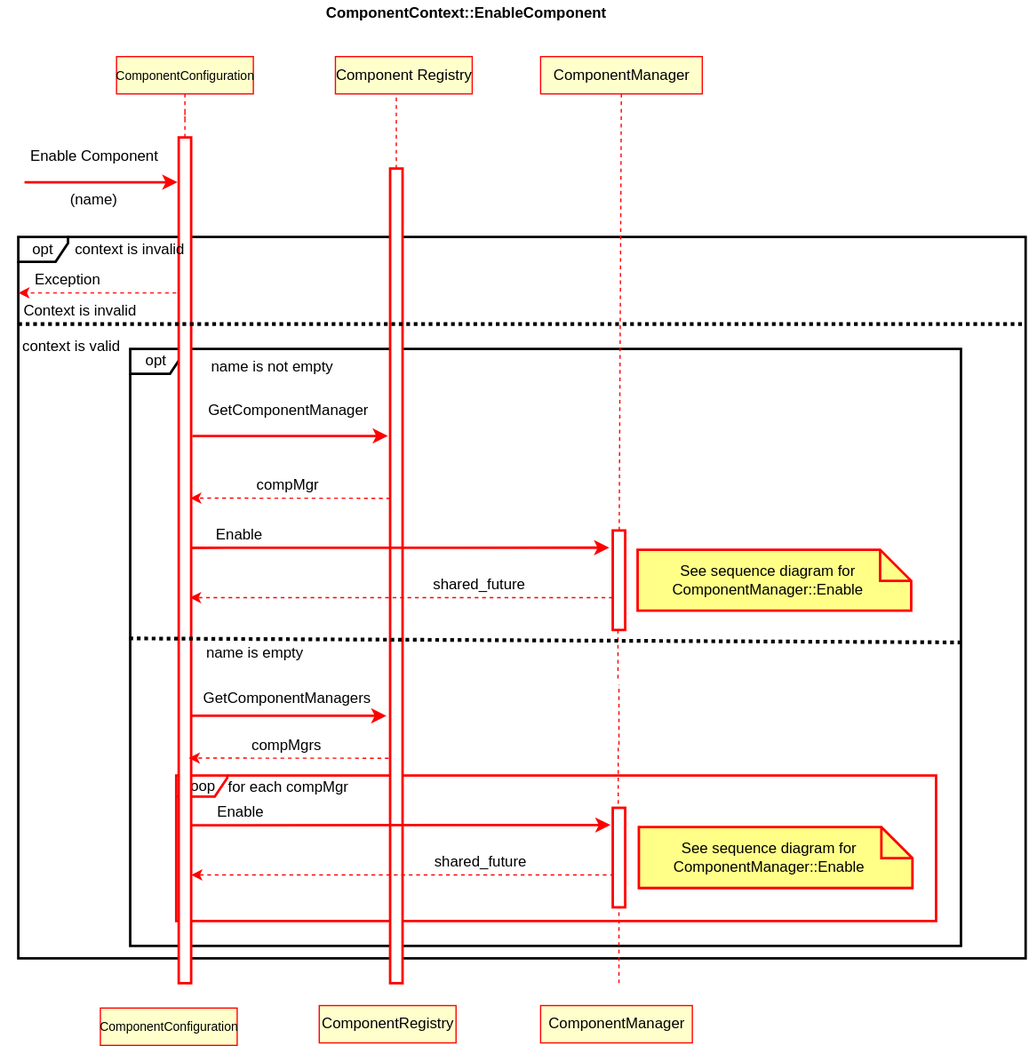
Earlier version of the draw.io export text/0003-declarative-services/ComponentContextEnableComponent.svg (CppMicroServices/rfcs). Source tidied: cells renumbered, new cells last; positions are measured from the earlier drawing's top-left corner, leaving out a move shared by most shapes.
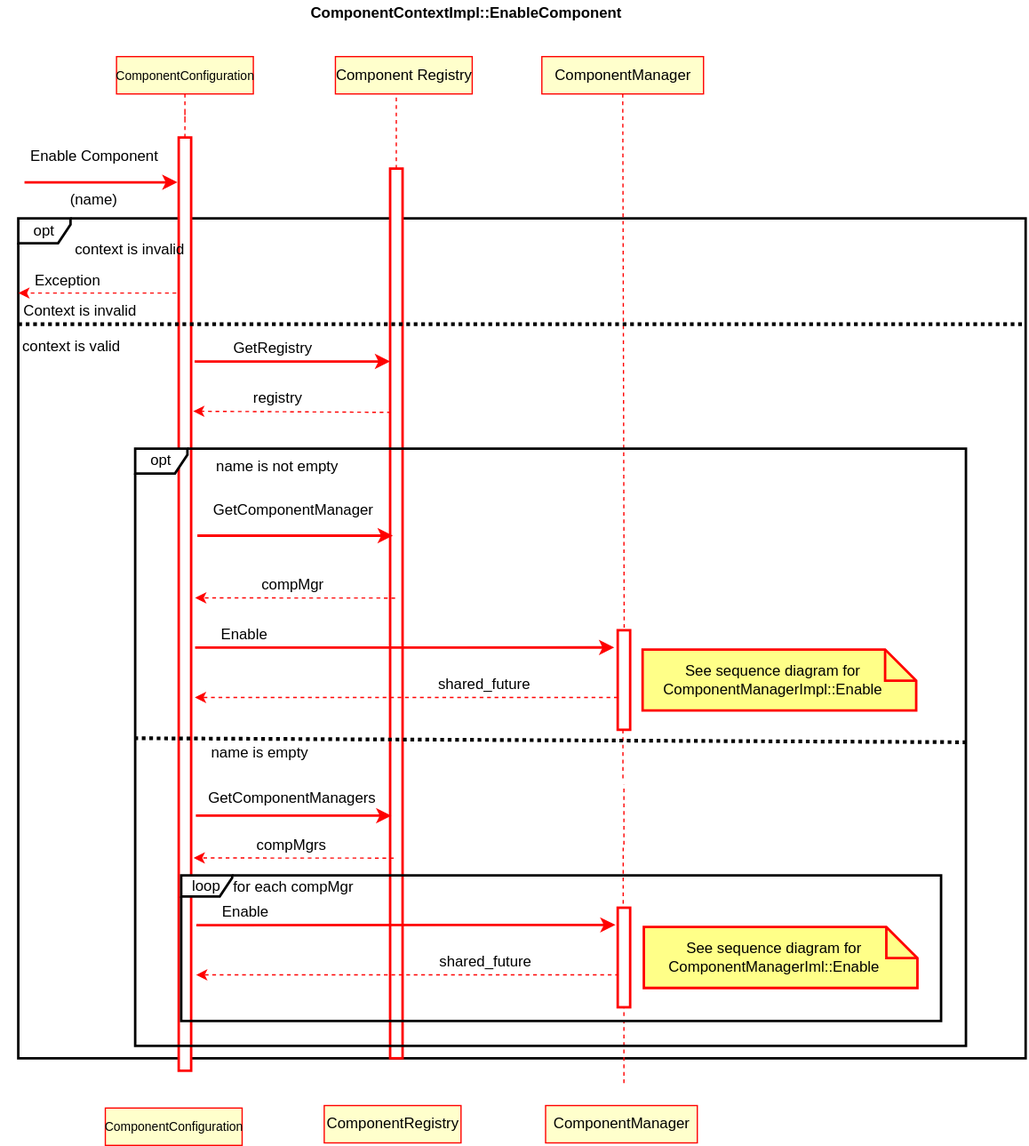
Later version of the same file.

What changed in the source:
```diff
@@ -2,29 +2,23 @@
   <root>
     <mxCell id="0" />
     <mxCell id="1" parent="0" />
-    <mxCell id="2" value="loop" style="shape=umlFrame;whiteSpace=wrap;html=1;strokeColor=#FF0000;strokeWidth=2;width=41;height=17;" parent="1" vertex="1">
-      <mxGeometry x="141" y="623" width="611" height="117" as="geometry" />
-    </mxCell>
-    <mxCell id="3" value="opt" style="shape=umlFrame;whiteSpace=wrap;html=1;width=40;height=20;strokeWidth=2;" parent="1" vertex="1">
-      <mxGeometry x="14" y="190" width="810" height="580" as="geometry" />
+    <mxCell id="3" value="opt" style="shape=umlFrame;whiteSpace=wrap;html=1;strokeWidth=2;width=42;height=20;" parent="1" vertex="1">
+      <mxGeometry x="10" y="95" width="810" height="675" as="geometry" />
     </mxCell>
-    <mxCell id="4" value="opt" style="shape=umlFrame;whiteSpace=wrap;html=1;strokeWidth=2;width=42;height=20;" parent="1" vertex="1">
-      <mxGeometry x="104" y="280" width="668" height="480" as="geometry" />
-    </mxCell>
     <mxCell id="5" style="html=1;points=[];perimeter=orthogonalPerimeter;strokeWidth=2;strokeColor=#FF0000;" parent="1" vertex="1">
-      <mxGeometry x="143" y="110" width="10" height="680" as="geometry" />
+      <mxGeometry x="139" y="30" width="10" height="750" as="geometry" />
     </mxCell>
     <mxCell id="6" style="edgeStyle=orthogonalEdgeStyle;rounded=0;jettySize=auto;html=1;dashed=1;endArrow=none;endFill=0;strokeColor=#FF0000;strokeWidth=1;" parent="1" edge="1" source="7" target="5">
       <mxGeometry relative="1" as="geometry" />
     </mxCell>
     <mxCell id="7" value="&lt;span style=&quot;font-size: 10px&quot;&gt;ComponentConfiguration&lt;/span&gt;" style="html=1;strokeWidth=1;strokeColor=#FF0000;fillColor=#FFFFCC;" parent="1" vertex="1">
-      <mxGeometry x="93" y="45" width="110" height="30" as="geometry" />
+      <mxGeometry x="89" y="-35" width="110" height="30" as="geometry" />
     </mxCell>
-    <mxCell id="8" value="&lt;font style=&quot;font-size: 12px&quot;&gt;&lt;b&gt;ComponentContext::EnableComponent&lt;br&gt;&lt;/b&gt;&lt;/font&gt;" style="text;html=1;align=center;verticalAlign=middle;fontSize=10;" parent="1" vertex="1">
-      <mxGeometry x="254" width="240" height="20" as="geometry" />
+    <mxCell id="8" value="&lt;font style=&quot;font-size: 12px&quot;&gt;&lt;b&gt;ComponentContextImpl::EnableComponent&lt;br&gt;&lt;/b&gt;&lt;/font&gt;" style="text;html=1;align=center;verticalAlign=middle;fontSize=10;" parent="1" vertex="1">
+      <mxGeometry x="235" y="-80" width="270" height="20" as="geometry" />
     </mxCell>
     <mxCell id="9" value="&lt;font style=&quot;font-size: 12px;&quot;&gt;Component Registry&lt;/font&gt;" style="html=1;strokeWidth=1;fontSize=12;strokeColor=#FF0000;fillColor=#FFFFCC;" parent="1" vertex="1">
-      <mxGeometry x="269" y="45" width="110" height="30" as="geometry" />
+      <mxGeometry x="265" y="-35" width="110" height="30" as="geometry" />
     </mxCell>
     <mxCell id="10" style="edgeStyle=none;rounded=0;jettySize=auto;html=1;dashed=1;startArrow=none;startFill=0;endArrow=none;endFill=0;strokeWidth=1;fontSize=10;entryX=0.52;entryY=-0.007;entryDx=0;entryDy=0;entryPerimeter=0;strokeColor=#FF0000;" parent="1" edge="1" source="29">
       <mxGeometry relative="1" as="geometry">
@@ -32,24 +26,24 @@
       </mxGeometry>
     </mxCell>
     <mxCell id="11" value="&lt;font style=&quot;font-size: 12px;&quot;&gt;ComponentManager&lt;/font&gt;" style="html=1;strokeWidth=1;fontSize=12;strokeColor=#FF0000;fillColor=#FFFFCC;" parent="1" vertex="1">
-      <mxGeometry x="434" y="45" width="130" height="30" as="geometry" />
+      <mxGeometry x="431" y="-35" width="130" height="30" as="geometry" />
     </mxCell>
     <mxCell id="12" style="edgeStyle=orthogonalEdgeStyle;rounded=0;jettySize=auto;html=1;entryX=0.445;entryY=1;entryDx=0;entryDy=0;entryPerimeter=0;dashed=1;endArrow=none;endFill=0;strokeColor=#FF0000;strokeWidth=1;" parent="1" edge="1" target="9">
       <mxGeometry relative="1" as="geometry">
-        <mxPoint x="318" y="225" as="sourcePoint" />
+        <mxPoint x="314" y="145" as="sourcePoint" />
       </mxGeometry>
     </mxCell>
     <mxCell id="13" style="html=1;points=[];perimeter=orthogonalPerimeter;strokeWidth=2;strokeColor=#FF0000;" parent="1" vertex="1">
-      <mxGeometry x="313" y="135" width="10" height="655" as="geometry" />
+      <mxGeometry x="309" y="55" width="10" height="715" as="geometry" />
     </mxCell>
     <mxCell id="14" style="endArrow=classic;html=1;strokeColor=#FF0000;strokeWidth=2;" parent="1" edge="1">
       <mxGeometry relative="1" as="geometry">
-        <mxPoint x="19" y="146" as="sourcePoint" />
-        <mxPoint x="142" y="146" as="targetPoint" />
+        <mxPoint x="15" y="66" as="sourcePoint" />
+        <mxPoint x="138" y="66" as="targetPoint" />
       </mxGeometry>
     </mxCell>
     <mxCell id="15" value="Enable Component" style="text;html=1;strokeColor=none;fillColor=none;align=center;verticalAlign=middle;whiteSpace=wrap;rounded=0;" parent="1" vertex="1">
-      <mxGeometry x="17.5" y="115" width="115" height="20" as="geometry" />
+      <mxGeometry x="13.5" y="35" width="115" height="20" as="geometry" />
     </mxCell>
     <mxCell id="16" style="endArrow=classic;html=1;strokeColor=#FF0000;strokeWidth=2;entryX=-0.28;entryY=0.067;entryDx=0;entryDy=0;entryPerimeter=0;" parent="1" edge="1">
       <mxGeometry relative="1" as="geometry">
@@ -73,7 +67,7 @@
     <mxCell id="20" style="shape=note2;boundedLbl=1;whiteSpace=wrap;html=1;size=25;verticalAlign=top;align=center;strokeWidth=2;fillColor=#ffff88;strokeColor=#FF0000;" parent="1" vertex="1">
       <mxGeometry x="512" y="441.5" width="220" height="49" as="geometry" />
     </mxCell>
-    <mxCell id="21" value="See sequence diagram for ComponentManager::Enable" style="text;html=1;strokeColor=none;fillColor=none;align=center;verticalAlign=middle;whiteSpace=wrap;rounded=0;" parent="1" vertex="1">
+    <mxCell id="21" value="See sequence diagram for ComponentManagerImpl::Enable" style="text;html=1;strokeColor=none;fillColor=none;align=center;verticalAlign=middle;whiteSpace=wrap;rounded=0;" parent="1" vertex="1">
       <mxGeometry x="532" y="456" width="170" height="20" as="geometry" />
     </mxCell>
     <mxCell id="22" value="&lt;span style=&quot;font-size: 10px&quot;&gt;ComponentConfiguration&lt;/span&gt;" style="html=1;strokeWidth=1;strokeColor=#FF0000;fillColor=#FFFFCC;" parent="1" vertex="1">
@@ -150,7 +144,7 @@
     <mxCell id="40" style="shape=note2;boundedLbl=1;whiteSpace=wrap;html=1;size=25;verticalAlign=top;align=center;strokeWidth=2;fillColor=#ffff88;strokeColor=#FF0000;" parent="1" vertex="1">
       <mxGeometry x="513" y="664.5" width="220" height="49" as="geometry" />
     </mxCell>
-    <mxCell id="41" value="See sequence diagram for ComponentManager::Enable" style="text;html=1;strokeColor=none;fillColor=none;align=center;verticalAlign=middle;whiteSpace=wrap;rounded=0;" parent="1" vertex="1">
+    <mxCell id="41" value="See sequence diagram for ComponentManagerIml::Enable" style="text;html=1;strokeColor=none;fillColor=none;align=center;verticalAlign=middle;whiteSpace=wrap;rounded=0;" parent="1" vertex="1">
       <mxGeometry x="533" y="679" width="170" height="20" as="geometry" />
     </mxCell>
     <mxCell id="42" style="endArrow=classic;html=1;strokeColor=#FF0000;strokeWidth=2;entryX=-0.28;entryY=0.173;entryDx=0;entryDy=0;entryPerimeter=0;" parent="1" edge="1">
@@ -183,31 +177,53 @@
       </mxGeometry>
     </mxCell>
     <mxCell id="48" value="context is invalid" style="text;html=1;strokeColor=none;fillColor=none;align=center;verticalAlign=middle;whiteSpace=wrap;rounded=0;" parent="1" vertex="1">
-      <mxGeometry x="47" y="190" width="113.8" height="20" as="geometry" />
+      <mxGeometry x="43" y="110" width="113.8" height="20" as="geometry" />
     </mxCell>
     <mxCell id="49" style="endArrow=classic;html=1;strokeColor=#FF0000;dashed=1;" parent="1" edge="1">
       <mxGeometry relative="1" as="geometry">
-        <mxPoint x="141" y="235" as="sourcePoint" />
-        <mxPoint x="14" y="235" as="targetPoint" />
+        <mxPoint x="137" y="155" as="sourcePoint" />
+        <mxPoint x="10" y="155" as="targetPoint" />
       </mxGeometry>
     </mxCell>
     <mxCell id="50" value="Exception" style="text;html=1;strokeColor=none;fillColor=none;align=center;verticalAlign=middle;whiteSpace=wrap;rounded=0;" parent="1" vertex="1">
-      <mxGeometry x="34" y="215" width="40" height="20" as="geometry" />
+      <mxGeometry x="30" y="135" width="40" height="20" as="geometry" />
     </mxCell>
     <mxCell id="51" value="Context is invalid" style="text;html=1;strokeColor=none;fillColor=none;align=center;verticalAlign=middle;whiteSpace=wrap;rounded=0;" parent="1" vertex="1">
-      <mxGeometry x="14" y="230" width="100" height="40" as="geometry" />
+      <mxGeometry x="10" y="150" width="100" height="40" as="geometry" />
     </mxCell>
     <mxCell id="52" value="context is valid" style="text;html=1;strokeColor=none;fillColor=none;align=center;verticalAlign=middle;whiteSpace=wrap;rounded=0;" parent="1" vertex="1">
-      <mxGeometry x="0.2" y="265" width="113.8" height="25" as="geometry" />
+      <mxGeometry x="-3.8" y="185" width="113.8" height="25" as="geometry" />
     </mxCell>
     <mxCell id="53" style="endArrow=none;dashed=1;html=1;strokeWidth=3;dashPattern=1 1;" parent="1" edge="1">
       <mxGeometry relative="1" as="geometry">
-        <mxPoint x="14" y="260" as="sourcePoint" />
-        <mxPoint x="824" y="260" as="targetPoint" />
+        <mxPoint x="10" y="180" as="sourcePoint" />
+        <mxPoint x="820" y="180" as="targetPoint" />
       </mxGeometry>
     </mxCell>
     <mxCell id="54" value="(name)" style="text;html=1;strokeColor=none;fillColor=none;align=center;verticalAlign=middle;whiteSpace=wrap;rounded=0;" parent="1" vertex="1">
-      <mxGeometry x="55" y="150" width="40" height="20" as="geometry" />
+      <mxGeometry x="51" y="70" width="40" height="20" as="geometry" />
     </mxCell>
+    <mxCell id="55" style="endArrow=classic;html=1;strokeColor=#FF0000;strokeWidth=2;" parent="1" edge="1" target="13">
+      <mxGeometry relative="1" as="geometry">
+        <mxPoint x="151.8" y="210" as="sourcePoint" />
+      </mxGeometry>
+    </mxCell>
+    <mxCell id="56" value="GetRegistry" style="text;html=1;strokeColor=none;fillColor=none;align=center;verticalAlign=middle;whiteSpace=wrap;rounded=0;" parent="1" vertex="1">
+      <mxGeometry x="195" y="190" width="40" height="20" as="geometry" />
+    </mxCell>
+    <mxCell id="57" style="endArrow=classic;html=1;strokeColor=#FF0000;dashed=1;exitX=0.06;exitY=0.274;exitDx=0;exitDy=0;exitPerimeter=0;" parent="1" edge="1" source="13">
+      <mxGeometry relative="1" as="geometry">
+        <mxPoint x="150.6" y="250" as="targetPoint" />
+      </mxGeometry>
+    </mxCell>
+    <mxCell id="58" value="registry" style="text;html=1;strokeColor=none;fillColor=none;align=center;verticalAlign=middle;whiteSpace=wrap;rounded=0;" parent="1" vertex="1">
+      <mxGeometry x="199" y="230" width="40" height="20" as="geometry" />
+    </mxCell>
+    <mxCell id="2" value="loop" style="shape=umlFrame;whiteSpace=wrap;html=1;strokeWidth=2;width=41;height=17;" parent="1" vertex="1">
+      <mxGeometry x="141" y="623" width="611" height="117" as="geometry" />
+    </mxCell>
+    <mxCell id="4" value="opt" style="shape=umlFrame;whiteSpace=wrap;html=1;strokeWidth=2;width=42;height=20;" parent="1" vertex="1">
+      <mxGeometry x="104" y="280" width="668" height="480" as="geometry" />
+    </mxCell>
   </root>
 </mxGraphModel>
```
